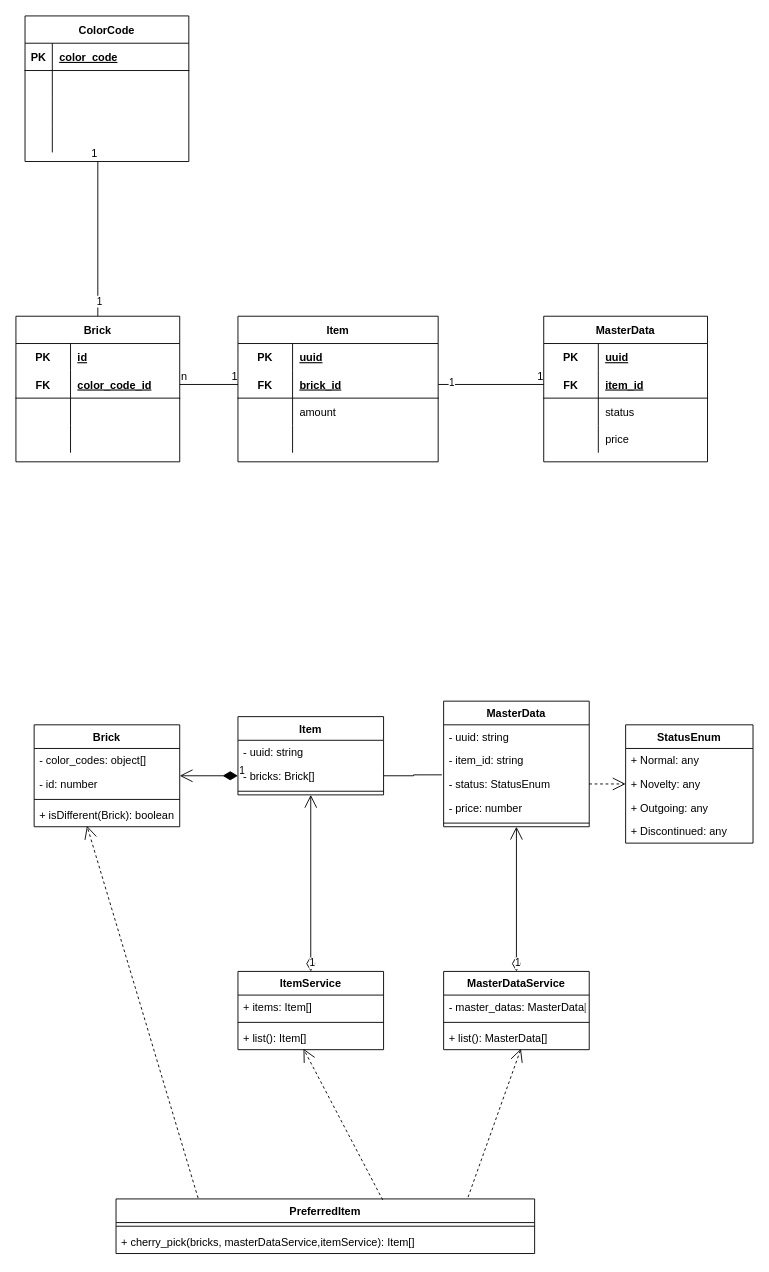
coolloic/lego keeps this draw.io diagram as lego.drawio. Above is the earlier version. Source tidied: cells renumbered, new cells numbered last; positions are measured from the earlier drawing's top-left corner, leaving out a move shared by most shapes. Both pictures are drawn from the tidied source at 91%, with x=0, y=0 at pixel (15, 15).
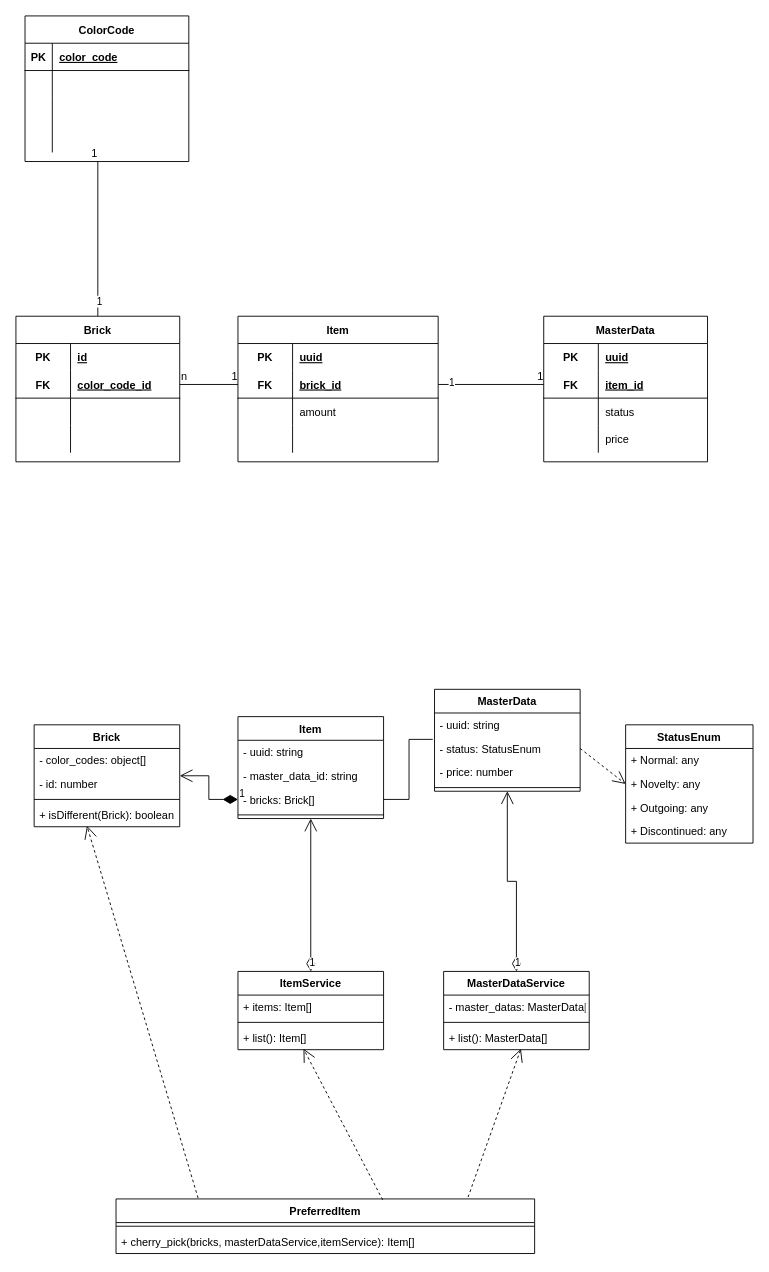
After the change.

Diff of the diagram source:
```diff
@@
     <mxCell id="7" value="Item" style="swimlane;fontStyle=1;align=center;verticalAlign=top;horizontal=1;startSize=26;" parent="1" vertex="1">
-      <mxGeometry x="244" y="770" width="160" height="86" as="geometry" />
+      <mxGeometry x="244" y="770" width="160" height="112" as="geometry" />
     </mxCell>
@@
+    <mxCell id="13" value="- master_data_id: string" style="text;strokeColor=none;fillColor=none;align=left;verticalAlign=top;spacingLeft=4;spacingRight=4;overflow=hidden;" parent="7" vertex="1">
+      <mxGeometry y="52" width="160" height="26" as="geometry" />
+    </mxCell>
     <mxCell id="9" value="- bricks: Brick[]" style="text;strokeColor=none;fillColor=none;align=left;verticalAlign=top;spacingLeft=4;spacingRight=4;overflow=hidden;points=[[0,0.5],[1,0.5]];portConstraint=eastwest;" parent="7" vertex="1">
-      <mxGeometry y="52" width="160" height="26" as="geometry" />
+      <mxGeometry y="78" width="160" height="26" as="geometry" />
     </mxCell>
     <mxCell id="10" style="line;strokeWidth=1;fillColor=none;align=left;verticalAlign=middle;spacingTop=-1;spacingLeft=3;spacingRight=3;labelPosition=right;strokeColor=inherit;" parent="7" vertex="1">
-      <mxGeometry y="78" width="160" height="8" as="geometry" />
+      <mxGeometry y="104" width="160" height="8" as="geometry" />
     </mxCell>
     <mxCell id="11" value="MasterData" style="swimlane;fontStyle=1;align=center;verticalAlign=top;horizontal=1;startSize=26;" parent="1" vertex="1">
-      <mxGeometry x="470" y="753" width="160" height="138" as="geometry" />
+      <mxGeometry x="460" y="740" width="160" height="112" as="geometry" />
     </mxCell>
@@
-    <mxCell id="13" value="- item_id: string" style="text;strokeColor=none;fillColor=none;align=left;verticalAlign=top;spacingLeft=4;spacingRight=4;overflow=hidden;" parent="11" vertex="1">
-      <mxGeometry y="52" width="160" height="26" as="geometry" />
-    </mxCell>
     <mxCell id="14" value="- status: StatusEnum" style="text;strokeColor=none;fillColor=none;align=left;verticalAlign=top;spacingLeft=4;spacingRight=4;overflow=hidden;points=[[0,0.5],[1,0.5]];portConstraint=eastwest;" parent="11" vertex="1">
-      <mxGeometry y="78" width="160" height="26" as="geometry" />
+      <mxGeometry y="52" width="160" height="26" as="geometry" />
     </mxCell>
     <mxCell id="15" value="- price: number" style="text;strokeColor=none;fillColor=none;align=left;verticalAlign=top;spacingLeft=4;spacingRight=4;overflow=hidden;" parent="11" vertex="1">
-      <mxGeometry y="104" width="160" height="26" as="geometry" />
+      <mxGeometry y="78" width="160" height="26" as="geometry" />
     </mxCell>
     <mxCell id="16" style="line;strokeWidth=1;fillColor=none;align=left;verticalAlign=middle;spacingTop=-1;spacingLeft=3;spacingRight=3;labelPosition=right;strokeColor=inherit;" parent="11" vertex="1">
-      <mxGeometry y="130" width="160" height="8" as="geometry" />
+      <mxGeometry y="104" width="160" height="8" as="geometry" />
     </mxCell>
```
